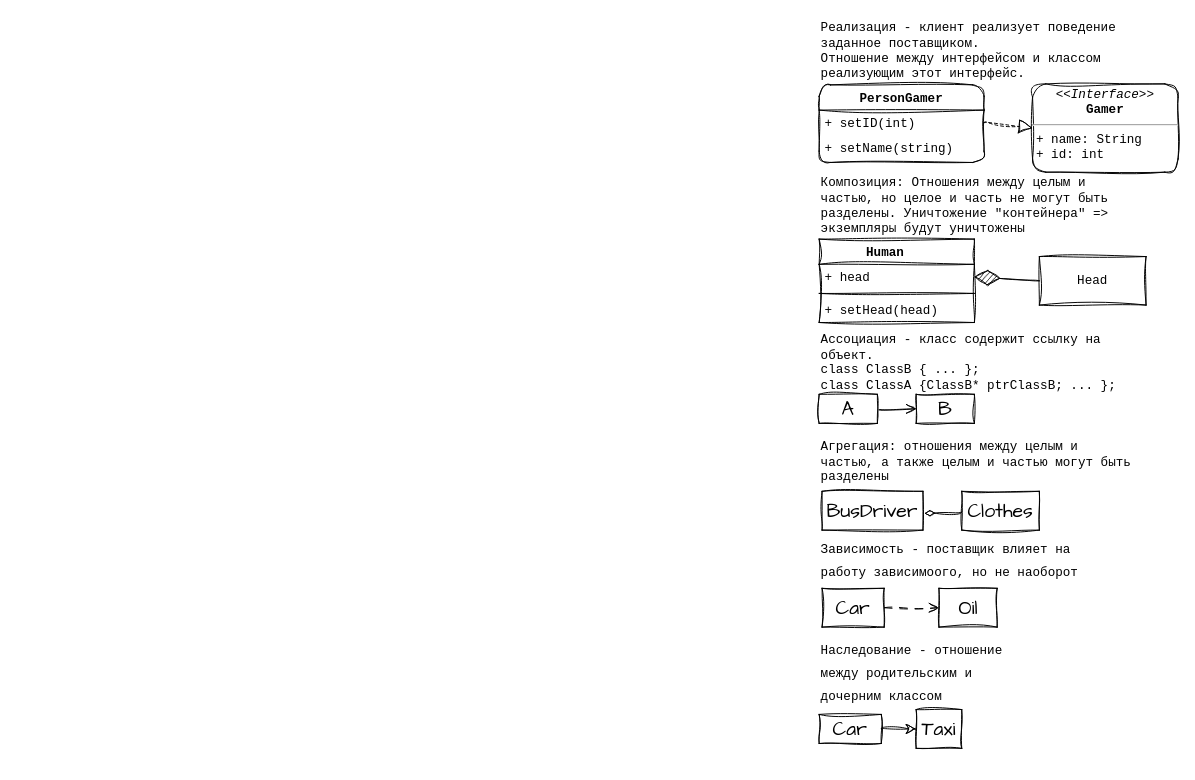
This is Helper.drawio from Amatikay/SDT_helper, a draw.io file, before an edit. Source tidied: cells renumbered, new cells numbered last; positions are measured from the earlier drawing's top-left corner, leaving out a move shared by most shapes. Both pictures are drawn from the tidied source at 97%, with x=0, y=0 at pixel (819, 16).
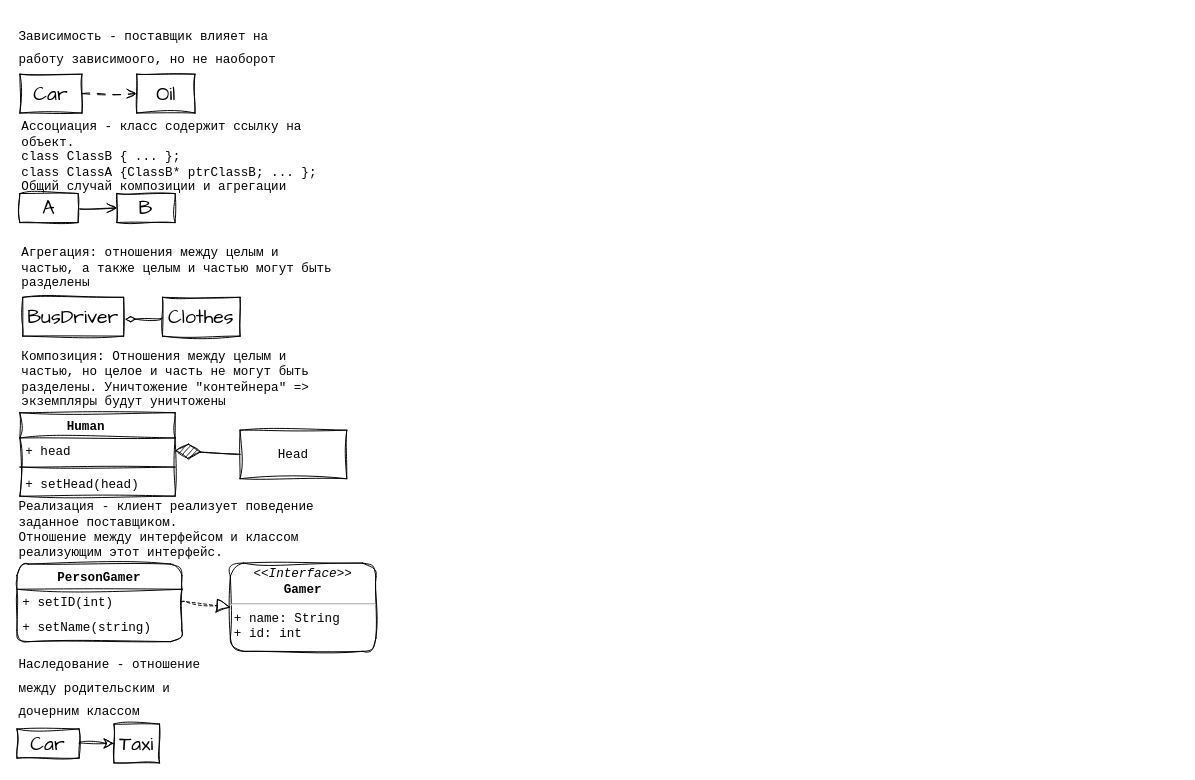
The same diagram, later.

What changed in the source:
```diff
@@
     <mxCell id="2" value="&lt;div style=&quot;font-size: 13px;&quot;&gt;Реализация - клиент реализует поведение заданное поставщиком.&lt;/div&gt;&lt;div style=&quot;font-size: 13px;&quot;&gt;Отношение между интерфейсом и классом реализующим этот интерфейс.&lt;/div&gt;" style="text;strokeColor=none;fillColor=none;html=1;align=left;verticalAlign=middle;whiteSpace=wrap;rounded=1;fontSize=13;sketch=1;curveFitting=1;jiggle=2;labelBackgroundColor=none;fontFamily=Courier New;" parent="1" vertex="1">
-      <mxGeometry width="367" height="69" as="geometry" />
+      <mxGeometry x="-827" y="494" width="367" height="69" as="geometry" />
     </mxCell>
     <mxCell id="3" value="PersonGamer" style="swimlane;fontStyle=1;align=center;verticalAlign=top;horizontal=1;startSize=26;whiteSpace=wrap;html=1;fontSize=13;rounded=1;sketch=1;curveFitting=1;jiggle=2;labelBackgroundColor=none;fontFamily=Courier New;" parent="1" vertex="1">
-      <mxGeometry y="70" width="170" height="80" as="geometry" />
+      <mxGeometry x="-827" y="564" width="170" height="80" as="geometry" />
     </mxCell>
@@
     <mxCell id="6" value="&lt;p style=&quot;margin: 4px 0px 0px; text-align: center; font-size: 13px;&quot;&gt;&lt;i style=&quot;font-size: 13px;&quot;&gt;&amp;lt;&amp;lt;Interface&amp;gt;&amp;gt;&lt;/i&gt;&lt;br style=&quot;font-size: 13px;&quot;&gt;&lt;b style=&quot;font-size: 13px;&quot;&gt;Gamer&lt;/b&gt;&lt;br style=&quot;font-size: 13px;&quot;&gt;&lt;/p&gt;&lt;hr style=&quot;font-size: 13px;&quot;&gt;&lt;p style=&quot;margin: 0px 0px 0px 4px; font-size: 13px;&quot;&gt;+ name: String&lt;br style=&quot;font-size: 13px;&quot;&gt;+ id: int&lt;/p&gt;" style="verticalAlign=top;align=left;overflow=fill;fontSize=13;fontFamily=Courier New;html=1;whiteSpace=wrap;rounded=1;sketch=1;curveFitting=1;jiggle=2;labelBackgroundColor=none;" parent="1" vertex="1">
-      <mxGeometry x="220" y="69" width="150" height="91" as="geometry" />
+      <mxGeometry x="-607" y="563" width="150" height="91" as="geometry" />
     </mxCell>
@@
     <mxCell id="8" value="Композиция: Отношения между целым и частью, но целое и часть не могут быть разделены. Уничтожение &quot;контейнера&quot; =&amp;gt; экземпляры будут уничтожены" style="text;strokeColor=none;fillColor=none;html=1;align=left;verticalAlign=middle;whiteSpace=wrap;rounded=0;fontSize=13;fontFamily=Courier New;" parent="1" vertex="1">
-      <mxGeometry y="160" width="317" height="69" as="geometry" />
+      <mxGeometry x="-824" y="339" width="317" height="69" as="geometry" />
     </mxCell>
     <mxCell id="9" value="Human&lt;span style=&quot;white-space: pre; font-size: 13px;&quot;&gt;&#9;&lt;br style=&quot;font-size: 13px;&quot;&gt;&lt;br style=&quot;font-size: 13px;&quot;&gt;&lt;/span&gt;" style="swimlane;fontStyle=1;align=center;verticalAlign=top;horizontal=1;startSize=26;whiteSpace=wrap;html=1;sketch=1;hachureGap=4;jiggle=2;curveFitting=1;fontFamily=Courier New;fontSize=13;" parent="1" vertex="1">
-      <mxGeometry y="229" width="160" height="86" as="geometry" />
+      <mxGeometry x="-824" y="408" width="160" height="86" as="geometry" />
     </mxCell>
@@
     <mxCell id="13" value="Head" style="html=1;whiteSpace=wrap;sketch=1;hachureGap=4;jiggle=2;curveFitting=1;fontFamily=Courier New;fontSize=13;" parent="1" vertex="1">
-      <mxGeometry x="227" y="247" width="110" height="50" as="geometry" />
+      <mxGeometry x="-597" y="426" width="110" height="50" as="geometry" />
     </mxCell>
@@
     <mxCell id="15" value="Агрегация: отношения между целым и частью, а также целым и частью могут быть разделены" style="text;whiteSpace=wrap;fontSize=13;fontFamily=Courier New;" parent="1" vertex="1">
-      <mxGeometry y="429" width="327" height="50" as="geometry" />
+      <mxGeometry x="-824" y="229" width="327" height="50" as="geometry" />
     </mxCell>
-    <mxCell id="16" value="Ассоциация - класс содержит ссылку на объект. &#10;class ClassB { ... };&#10;class ClassA {ClassB* ptrClassB; ... };&#10;" style="text;whiteSpace=wrap;fontSize=13;fontFamily=Courier New;" parent="1" vertex="1">
-      <mxGeometry y="319" width="317" height="70" as="geometry" />
+    <mxCell id="16" value="Ассоциация - класс содержит ссылку на объект. &#10;class ClassB { ... };&#10;class ClassA {ClassB* ptrClassB; ... };&#10;Общий случай композиции и агрегации&#10;&#10;" style="text;whiteSpace=wrap;fontSize=13;fontFamily=Courier New;" parent="1" vertex="1">
+      <mxGeometry x="-824" y="99" width="317" height="90" as="geometry" />
     </mxCell>
@@
     <mxCell id="18" value="A" style="html=1;whiteSpace=wrap;sketch=1;hachureGap=4;jiggle=2;curveFitting=1;fontFamily=Architects Daughter;fontSize=20;" parent="1" vertex="1">
-      <mxGeometry y="389" width="60" height="30" as="geometry" />
+      <mxGeometry x="-824" y="182" width="60" height="30" as="geometry" />
     </mxCell>
     <mxCell id="19" value="B" style="html=1;whiteSpace=wrap;sketch=1;hachureGap=4;jiggle=2;curveFitting=1;fontFamily=Architects Daughter;fontSize=20;" parent="1" vertex="1">
-      <mxGeometry x="100" y="389" width="60" height="30" as="geometry" />
+      <mxGeometry x="-724" y="182" width="60" height="30" as="geometry" />
     </mxCell>
     <mxCell id="20" value="BusDriver" style="html=1;whiteSpace=wrap;sketch=1;hachureGap=4;jiggle=2;curveFitting=1;fontFamily=Architects Daughter;fontSize=20;" parent="1" vertex="1">
-      <mxGeometry x="3" y="489" width="104" height="40" as="geometry" />
+      <mxGeometry x="-821" y="289" width="104" height="40" as="geometry" />
     </mxCell>
     <mxCell id="21" value="Clothes" style="html=1;whiteSpace=wrap;sketch=1;hachureGap=4;jiggle=2;curveFitting=1;fontFamily=Architects Daughter;fontSize=20;" parent="1" vertex="1">
-      <mxGeometry x="147" y="489" width="80" height="40" as="geometry" />
+      <mxGeometry x="-677" y="289" width="80" height="40" as="geometry" />
     </mxCell>
@@
     <mxCell id="23" value="&lt;font style=&quot;font-size: 13px;&quot;&gt;Зависимость - поставщик влияет на работу зависимоого, но не наоборот&lt;/font&gt;" style="text;strokeColor=none;fillColor=none;html=1;align=left;verticalAlign=middle;whiteSpace=wrap;rounded=0;fontSize=20;fontFamily=Courier New;" parent="1" vertex="1">
-      <mxGeometry y="539" width="307" height="40" as="geometry" />
+      <mxGeometry x="-827" y="10" width="307" height="40" as="geometry" />
     </mxCell>
@@
     <mxCell id="25" value="Car" style="html=1;whiteSpace=wrap;sketch=1;hachureGap=4;jiggle=2;curveFitting=1;fontFamily=Architects Daughter;fontSize=20;" parent="1" vertex="1">
-      <mxGeometry x="3" y="589" width="64" height="40" as="geometry" />
+      <mxGeometry x="-824" y="59" width="64" height="40" as="geometry" />
     </mxCell>
     <mxCell id="26" value="Oil" style="html=1;whiteSpace=wrap;sketch=1;hachureGap=4;jiggle=2;curveFitting=1;fontFamily=Architects Daughter;fontSize=20;" parent="1" vertex="1">
-      <mxGeometry x="123.5" y="589" width="60" height="40" as="geometry" />
+      <mxGeometry x="-703.5" y="59" width="60" height="40" as="geometry" />
     </mxCell>
     <mxCell id="27" value="&lt;div align=&quot;left&quot;&gt;&lt;font face=&quot;Courier New&quot; style=&quot;font-size: 13px;&quot;&gt;Наследование - отношение между родительским и дочерним классом&lt;/font&gt;&lt;/div&gt;" style="text;strokeColor=none;fillColor=none;html=1;align=left;verticalAlign=middle;whiteSpace=wrap;rounded=0;fontSize=20;fontFamily=Architects Daughter;" parent="1" vertex="1">
-      <mxGeometry y="639" width="197" height="70" as="geometry" />
+      <mxGeometry x="-827" y="654" width="197" height="70" as="geometry" />
     </mxCell>
@@
     <mxCell id="29" value="Car" style="html=1;whiteSpace=wrap;sketch=1;hachureGap=4;jiggle=2;curveFitting=1;fontFamily=Architects Daughter;fontSize=20;" parent="1" vertex="1">
-      <mxGeometry y="719" width="64" height="30" as="geometry" />
+      <mxGeometry x="-827" y="734" width="64" height="30" as="geometry" />
     </mxCell>
     <mxCell id="30" value="Taxi" style="html=1;whiteSpace=wrap;sketch=1;hachureGap=4;jiggle=2;curveFitting=1;fontFamily=Architects Daughter;fontSize=20;" parent="1" vertex="1">
-      <mxGeometry x="100" y="714" width="47" height="40" as="geometry" />
+      <mxGeometry x="-727" y="729" width="47" height="40" as="geometry" />
     </mxCell>
```
